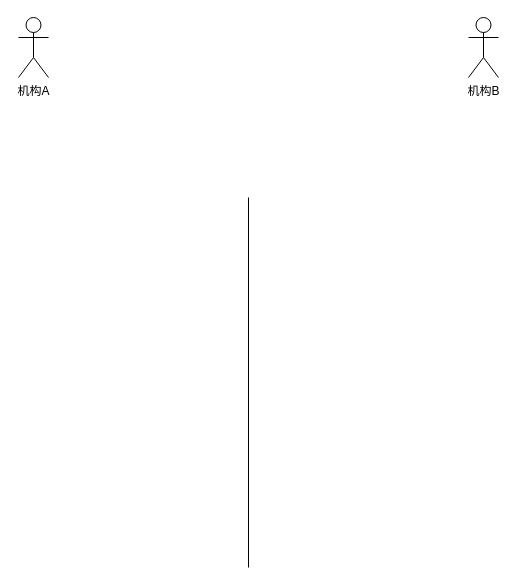
This is 未命名绘图555.drawio from MiracleEgo/drawio, a draw.io file, before an edit. Source tidied: cells renumbered, new cells numbered last; positions are measured from the earlier drawing's top-left corner, leaving out a move shared by most shapes. Both pictures are drawn from the tidied source at 100%, with x=0, y=0 at pixel (18, 17).
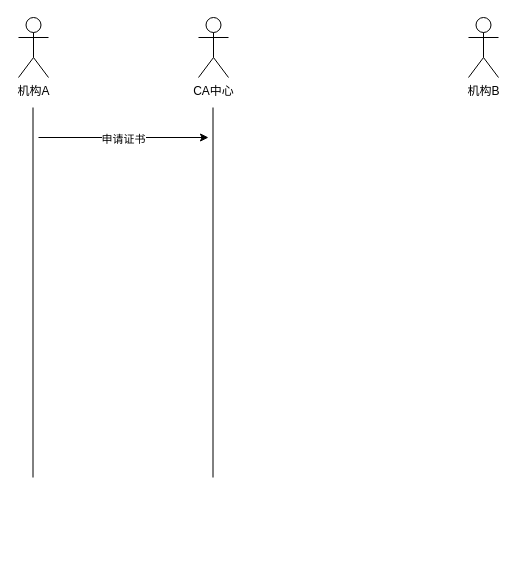
After the change.

Commit message:
更新未命名绘图555.drawio

What changed in the source:
```diff
@@
 <mxGraphModel>
   <root>
     <mxCell id="0" />
     <mxCell id="1" parent="0" />
     <mxCell id="2" value="机构A" style="shape=umlActor;verticalLabelPosition=bottom;verticalAlign=top;html=1;" parent="1" vertex="1">
       <mxGeometry width="30" height="60" as="geometry" />
     </mxCell>
     <mxCell id="3" value="机构B" style="shape=umlActor;verticalLabelPosition=bottom;verticalAlign=top;html=1;" parent="1" vertex="1">
       <mxGeometry x="450" width="30" height="60" as="geometry" />
     </mxCell>
     <mxCell id="4" style="endArrow=none;html=1;rounded=0;" parent="1" edge="1">
       <mxGeometry relative="1" as="geometry">
-        <mxPoint x="230" y="550" as="sourcePoint" />
-        <mxPoint x="230" y="180" as="targetPoint" />
+        <mxPoint x="14.5" y="460" as="sourcePoint" />
+        <mxPoint x="14.5" y="90" as="targetPoint" />
       </mxGeometry>
     </mxCell>
+    <mxCell id="5" value="CA中心" style="shape=umlActor;verticalLabelPosition=bottom;verticalAlign=top;html=1;" parent="1" vertex="1">
+      <mxGeometry x="180" width="30" height="60" as="geometry" />
+    </mxCell>
+    <mxCell id="6" style="endArrow=none;html=1;rounded=0;" parent="1" edge="1">
+      <mxGeometry relative="1" as="geometry">
+        <mxPoint x="194.5" y="460" as="sourcePoint" />
+        <mxPoint x="194.5" y="90" as="targetPoint" />
+      </mxGeometry>
+    </mxCell>
+    <mxCell id="7" style="endArrow=classic;html=1;rounded=0;" parent="1" edge="1">
+      <mxGeometry relative="1" as="geometry">
+        <mxPoint x="20" y="120" as="sourcePoint" />
+        <mxPoint x="190" y="120" as="targetPoint" />
+      </mxGeometry>
+    </mxCell>
+    <mxCell id="8" value="申请证书" style="edgeLabel;html=1;align=center;verticalAlign=middle;" parent="7" vertex="1">
+      <mxGeometry x="-0.01" y="-1" relative="1" as="geometry" />
+    </mxCell>
   </root>
 </mxGraphModel>
```
